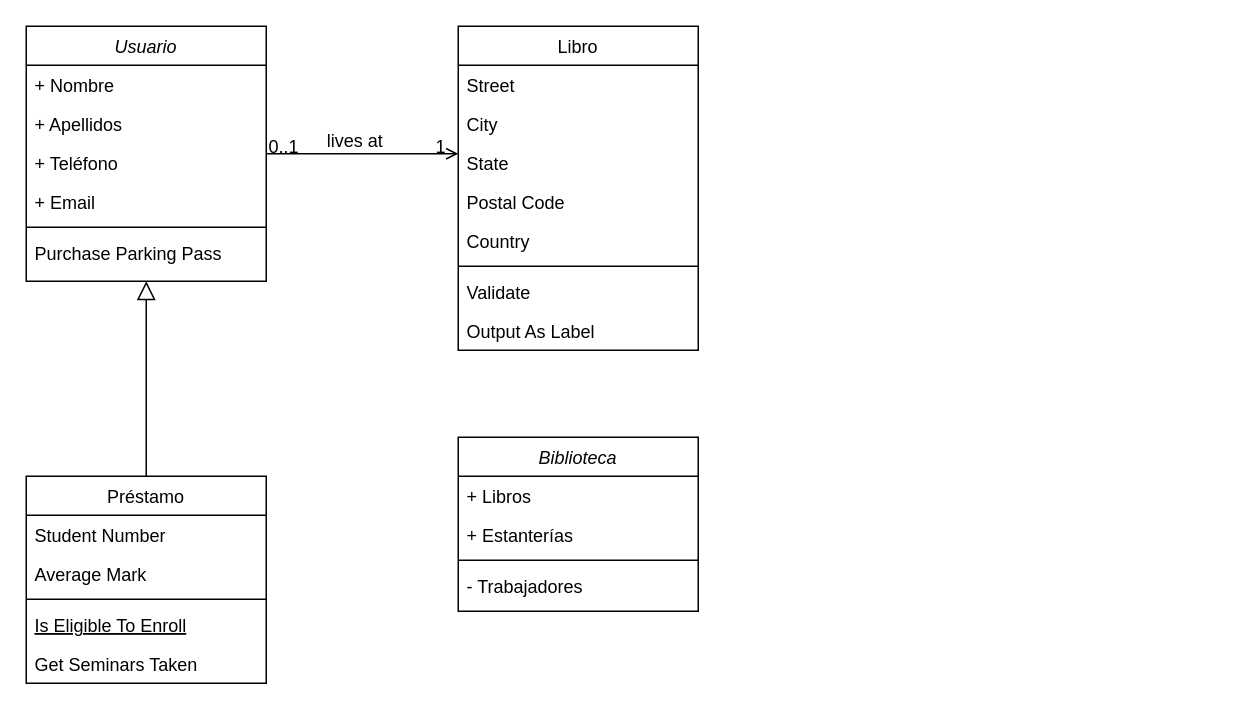
The draw.io diagram Biblioteca.drawio in creepiman854/prueba, before the edit. Source tidied: cells renumbered, new cells numbered last; positions are measured from the earlier drawing's top-left corner, leaving out a move shared by most shapes. Both pictures are drawn from the tidied source at 150%, with x=0, y=0 at pixel (26, 26).
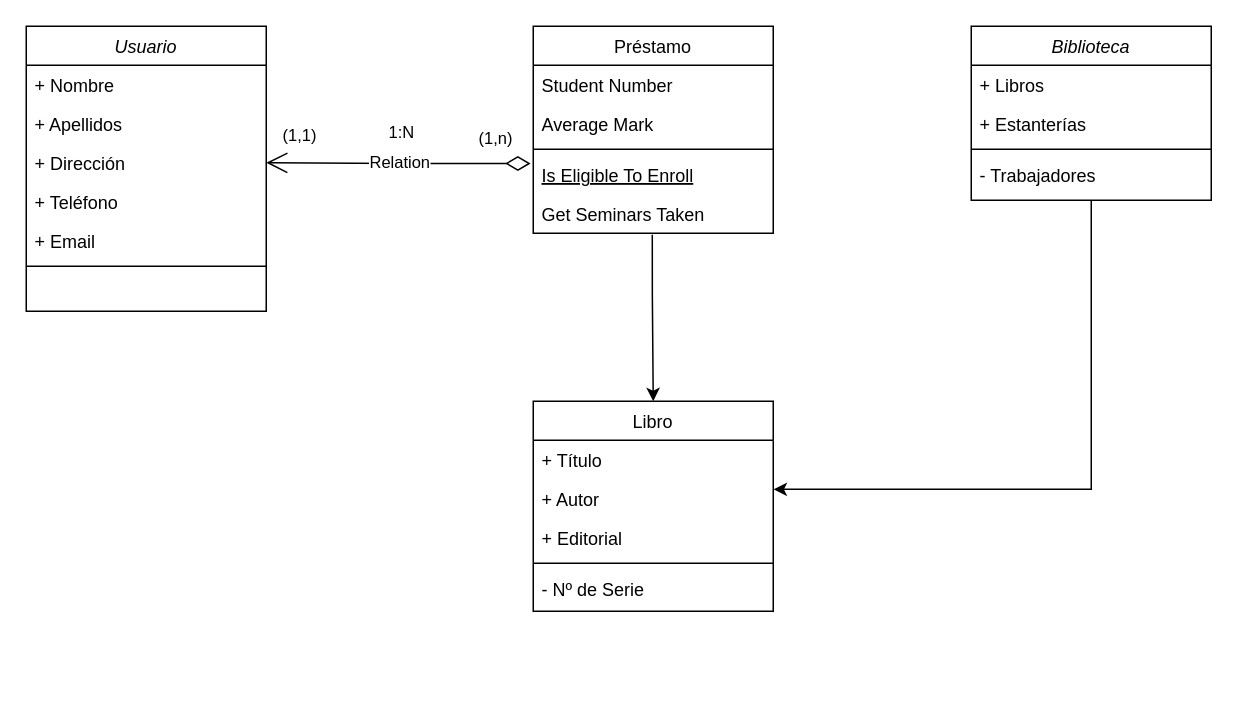
After the change.

Unchanged cells that the change refers to:
```xml
<mxCell id="13" value="Is Eligible To Enroll" style="text;align=left;verticalAlign=top;spacingLeft=4;spacingRight=4;overflow=hidden;points=[[0,0.5],[1,0.5]];portConstraint=eastwest;fontStyle=4;" parent="9" vertex="1">
  <mxGeometry y="86" width="160" height="26" as="geometry" />
</mxCell>
<mxCell id="14" value="Get Seminars Taken" style="text;align=left;verticalAlign=top;spacingLeft=4;spacingRight=4;overflow=hidden;points=[[0,0.5],[1,0.5]];portConstraint=eastwest;" parent="9" vertex="1">
  <mxGeometry y="112" width="160" height="26" as="geometry" />
</mxCell>
```

The edit, as a diff of the source:
```diff
@@
     <mxCell id="2" value="Usuario" style="swimlane;fontStyle=2;align=center;verticalAlign=top;horizontal=1;startSize=26;rounded=0;shadow=0;strokeWidth=1;" parent="1" vertex="1">
-      <mxGeometry width="160" height="170" as="geometry" />
+      <mxGeometry width="160" height="190" as="geometry" />
     </mxCell>
@@
+    <mxCell id="34" value="+ Dirección" style="text;align=left;verticalAlign=top;spacingLeft=4;spacingRight=4;overflow=hidden;points=[[0,0.5],[1,0.5]];portConstraint=eastwest;rounded=0;shadow=0;html=0;" parent="2" vertex="1">
+      <mxGeometry y="78" width="160" height="26" as="geometry" />
+    </mxCell>
     <mxCell id="5" value="+ Teléfono" style="text;align=left;verticalAlign=top;spacingLeft=4;spacingRight=4;overflow=hidden;rounded=0;shadow=0;html=0;" parent="2" vertex="1">
-      <mxGeometry y="78" width="160" height="26" as="geometry" />
+      <mxGeometry y="104" width="160" height="26" as="geometry" />
     </mxCell>
     <mxCell id="6" value="+ Email" style="text;align=left;verticalAlign=top;spacingLeft=4;spacingRight=4;overflow=hidden;rounded=0;shadow=0;html=0;" parent="2" vertex="1">
-      <mxGeometry y="104" width="160" height="26" as="geometry" />
+      <mxGeometry y="130" width="160" height="26" as="geometry" />
     </mxCell>
     <mxCell id="7" style="line;html=1;strokeWidth=1;align=left;verticalAlign=middle;spacingTop=-1;spacingLeft=3;spacingRight=3;labelPosition=right;" parent="2" vertex="1">
-      <mxGeometry y="130" width="160" height="8" as="geometry" />
+      <mxGeometry y="156" width="160" height="8" as="geometry" />
     </mxCell>
-    <mxCell id="8" value="Purchase Parking Pass" style="text;align=left;verticalAlign=top;spacingLeft=4;spacingRight=4;overflow=hidden;" parent="2" vertex="1">
-      <mxGeometry y="138" width="160" height="26" as="geometry" />
-    </mxCell>
+    <mxCell id="35" style="edgeStyle=orthogonalEdgeStyle;rounded=0;jettySize=auto;html=1;entryX=0.5;entryY=0;entryDx=0;entryDy=0;exitX=0.496;exitY=1.037;exitDx=0;exitDy=0;exitPerimeter=0;" parent="1" edge="1" source="14" target="16">
+      <mxGeometry relative="1" as="geometry">
+        <Array as="points">
+          <mxPoint x="417" y="180" />
+        </Array>
+      </mxGeometry>
+    </mxCell>
     <mxCell id="9" value="Préstamo" style="swimlane;fontStyle=0;align=center;verticalAlign=top;horizontal=1;startSize=26;rounded=0;shadow=0;strokeWidth=1;" parent="1" vertex="1">
-      <mxGeometry y="300" width="160" height="138" as="geometry" />
+      <mxGeometry x="338" width="160" height="138" as="geometry" />
     </mxCell>
@@
-    <mxCell id="15" style="endArrow=block;endSize=10;endFill=0;shadow=0;strokeWidth=1;rounded=0;curved=0;edgeStyle=elbowEdgeStyle;elbow=vertical;" parent="1" edge="1" source="9" target="2">
-      <mxGeometry relative="1" as="geometry" />
-    </mxCell>
     <mxCell id="16" value="Libro" style="swimlane;fontStyle=0;align=center;verticalAlign=top;horizontal=1;startSize=26;rounded=0;shadow=0;strokeWidth=1;" parent="1" vertex="1">
-      <mxGeometry x="288" width="160" height="216" as="geometry" />
+      <mxGeometry x="338" y="250" width="160" height="140" as="geometry" />
     </mxCell>
+    <mxCell id="19" value="+ Título" style="text;align=left;verticalAlign=top;spacingLeft=4;spacingRight=4;overflow=hidden;rounded=0;shadow=0;html=0;" parent="16" vertex="1">
+      <mxGeometry y="26" width="160" height="26" as="geometry" />
+    </mxCell>
-    <mxCell id="17" value="Street" style="text;align=left;verticalAlign=top;spacingLeft=4;spacingRight=4;overflow=hidden;points=[[0,0.5],[1,0.5]];portConstraint=eastwest;" parent="16" vertex="1">
-      <mxGeometry y="26" width="160" height="26" as="geometry" />
+    <mxCell id="17" value="+ Autor" style="text;align=left;verticalAlign=top;spacingLeft=4;spacingRight=4;overflow=hidden;points=[[0,0.5],[1,0.5]];portConstraint=eastwest;" parent="16" vertex="1">
+      <mxGeometry y="52" width="160" height="26" as="geometry" />
     </mxCell>
-    <mxCell id="18" value="City" style="text;align=left;verticalAlign=top;spacingLeft=4;spacingRight=4;overflow=hidden;rounded=0;shadow=0;html=0;" parent="16" vertex="1">
-      <mxGeometry y="52" width="160" height="26" as="geometry" />
+    <mxCell id="18" value="+ Editorial" style="text;align=left;verticalAlign=top;spacingLeft=4;spacingRight=4;overflow=hidden;rounded=0;shadow=0;html=0;" parent="16" vertex="1">
+      <mxGeometry y="78" width="160" height="26" as="geometry" />
     </mxCell>
-    <mxCell id="19" value="State" style="text;align=left;verticalAlign=top;spacingLeft=4;spacingRight=4;overflow=hidden;rounded=0;shadow=0;html=0;" parent="16" vertex="1">
-      <mxGeometry y="78" width="160" height="26" as="geometry" />
-    </mxCell>
-    <mxCell id="20" value="Postal Code" style="text;align=left;verticalAlign=top;spacingLeft=4;spacingRight=4;overflow=hidden;rounded=0;shadow=0;html=0;" parent="16" vertex="1">
-      <mxGeometry y="104" width="160" height="26" as="geometry" />
-    </mxCell>
-    <mxCell id="21" value="Country" style="text;align=left;verticalAlign=top;spacingLeft=4;spacingRight=4;overflow=hidden;rounded=0;shadow=0;html=0;" parent="16" vertex="1">
-      <mxGeometry y="130" width="160" height="26" as="geometry" />
-    </mxCell>
     <mxCell id="22" style="line;html=1;strokeWidth=1;align=left;verticalAlign=middle;spacingTop=-1;spacingLeft=3;spacingRight=3;labelPosition=right;" parent="16" vertex="1">
-      <mxGeometry y="156" width="160" height="8" as="geometry" />
+      <mxGeometry y="104" width="160" height="8" as="geometry" />
     </mxCell>
-    <mxCell id="23" value="Validate" style="text;align=left;verticalAlign=top;spacingLeft=4;spacingRight=4;overflow=hidden;" parent="16" vertex="1">
-      <mxGeometry y="164" width="160" height="26" as="geometry" />
-    </mxCell>
-    <mxCell id="24" value="Output As Label" style="text;align=left;verticalAlign=top;spacingLeft=4;spacingRight=4;overflow=hidden;" parent="16" vertex="1">
-      <mxGeometry y="190" width="160" height="26" as="geometry" />
-    </mxCell>
-    <mxCell id="25" style="endArrow=open;shadow=0;strokeWidth=1;rounded=0;curved=0;endFill=1;edgeStyle=elbowEdgeStyle;elbow=vertical;" parent="1" edge="1" source="2" target="16">
-      <mxGeometry x="0.5" y="41" relative="1" as="geometry">
-        <mxPoint x="-40" y="32" as="offset" />
-      </mxGeometry>
-    </mxCell>
-    <mxCell id="26" value="0..1" style="align=left;verticalAlign=bottom;labelBackgroundColor=none;fontSize=12;" parent="25" vertex="1">
-      <mxGeometry x="-1" relative="1" as="geometry">
-        <mxPoint y="4" as="offset" />
-      </mxGeometry>
-    </mxCell>
-    <mxCell id="27" value="1" style="align=right;verticalAlign=bottom;labelBackgroundColor=none;fontSize=12;" parent="25" vertex="1">
-      <mxGeometry x="1" relative="1" as="geometry">
-        <mxPoint x="-7" y="4" as="offset" />
-      </mxGeometry>
-    </mxCell>
-    <mxCell id="28" value="lives at" style="text;html=1;align=center;verticalAlign=middle;labelBackgroundColor=none;rounded=0;shadow=0;strokeWidth=1;fontSize=12;" parent="25" vertex="1">
-      <mxGeometry x="0.5" y="49" relative="1" as="geometry">
-        <mxPoint x="-38" y="40" as="offset" />
-      </mxGeometry>
-    </mxCell>
+    <mxCell id="36" value="- Nº de Serie" style="text;align=left;verticalAlign=top;spacingLeft=4;spacingRight=4;overflow=hidden;rounded=0;shadow=0;html=0;" parent="16" vertex="1">
+      <mxGeometry y="112" width="160" height="26" as="geometry" />
+    </mxCell>
+    <mxCell id="37" style="edgeStyle=orthogonalEdgeStyle;rounded=0;jettySize=auto;html=1;entryX=1.001;entryY=0.259;entryDx=0;entryDy=0;entryPerimeter=0;" parent="1" edge="1" source="29" target="17">
+      <mxGeometry relative="1" as="geometry" />
+    </mxCell>
     <mxCell id="29" value="Biblioteca" style="swimlane;fontStyle=2;align=center;verticalAlign=top;horizontal=1;startSize=26;rounded=0;shadow=0;strokeWidth=1;" parent="1" vertex="1">
-      <mxGeometry x="288" y="274" width="160" height="116" as="geometry" />
+      <mxGeometry x="630" width="160" height="116" as="geometry" />
     </mxCell>
@@
+    <mxCell id="38" value="Relation" style="endArrow=open;html=1;endSize=12;startArrow=diamondThin;startSize=14;startFill=0;edgeStyle=orthogonalEdgeStyle;rounded=0;entryX=1;entryY=0.5;entryDx=0;entryDy=0;exitX=-0.011;exitY=0.212;exitDx=0;exitDy=0;exitPerimeter=0;" parent="1" edge="1" source="13" target="34">
+      <mxGeometry relative="1" as="geometry" />
+    </mxCell>
+    <mxCell id="39" value="(1,n)" style="edgeLabel;html=1;align=left;verticalAlign=top;" parent="38" vertex="1">
+      <mxGeometry x="-1" relative="1" as="geometry">
+        <mxPoint x="-36" y="-30" as="offset" />
+      </mxGeometry>
+    </mxCell>
+    <mxCell id="40" value="(1,1)" style="edgeLabel;html=1;align=right;verticalAlign=top;" parent="38" vertex="1">
+      <mxGeometry x="1" relative="1" as="geometry">
+        <mxPoint x="34" y="-31" as="offset" />
+      </mxGeometry>
+    </mxCell>
+    <mxCell id="41" value="1:N" style="edgeLabel;html=1;align=left;verticalAlign=top;" parent="1" vertex="1">
+      <mxGeometry x="240" y="58" as="geometry" />
+    </mxCell>
```
